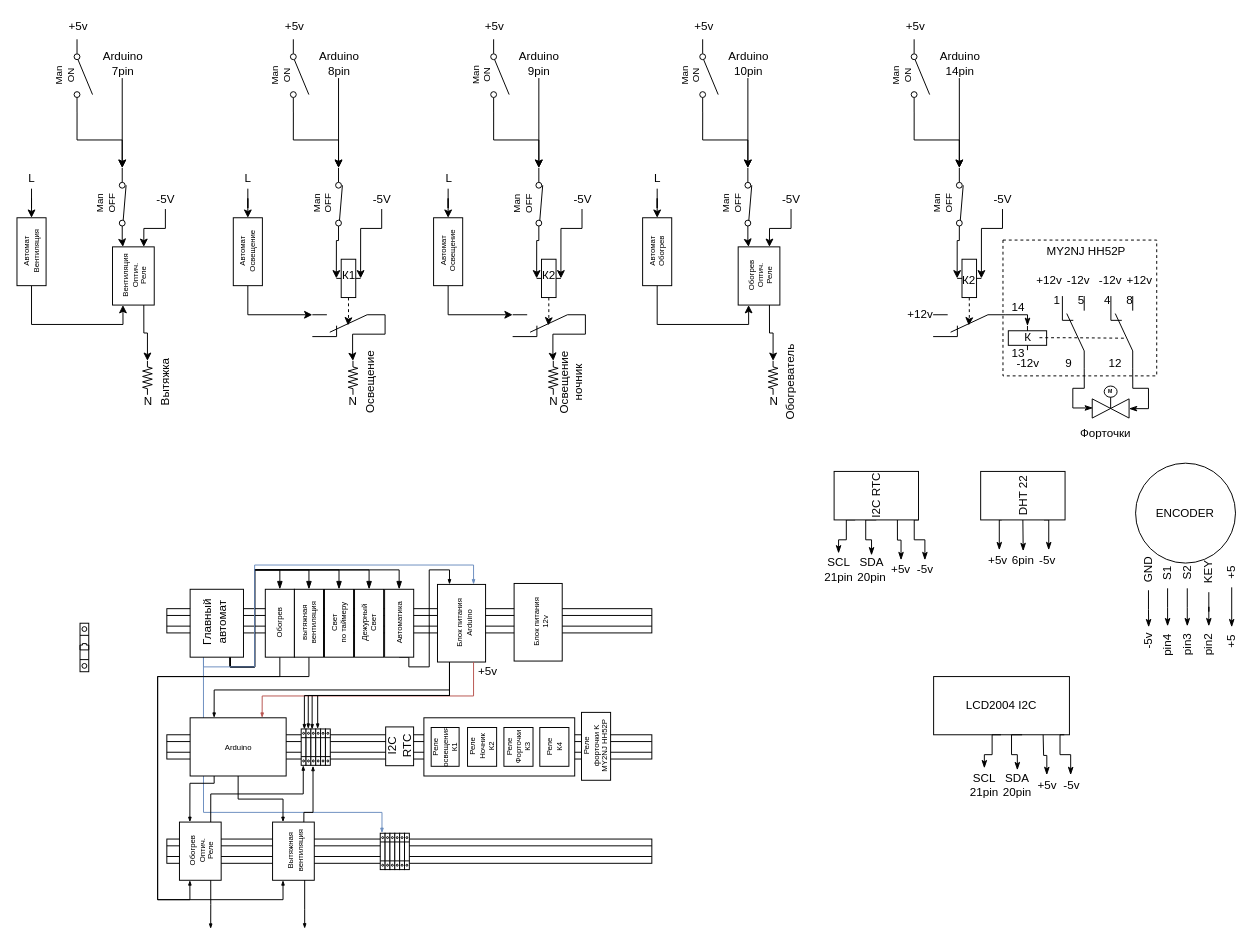
The draw.io diagram Курятник.drawio in Johnystu/draw_io, before the edit. Source tidied: cells renumbered, new cells numbered last; positions are measured from the earlier drawing's top-left corner, leaving out a move shared by most shapes. Both pictures are drawn from the tidied source at 97%, with x=0, y=0 at pixel (2, 16).
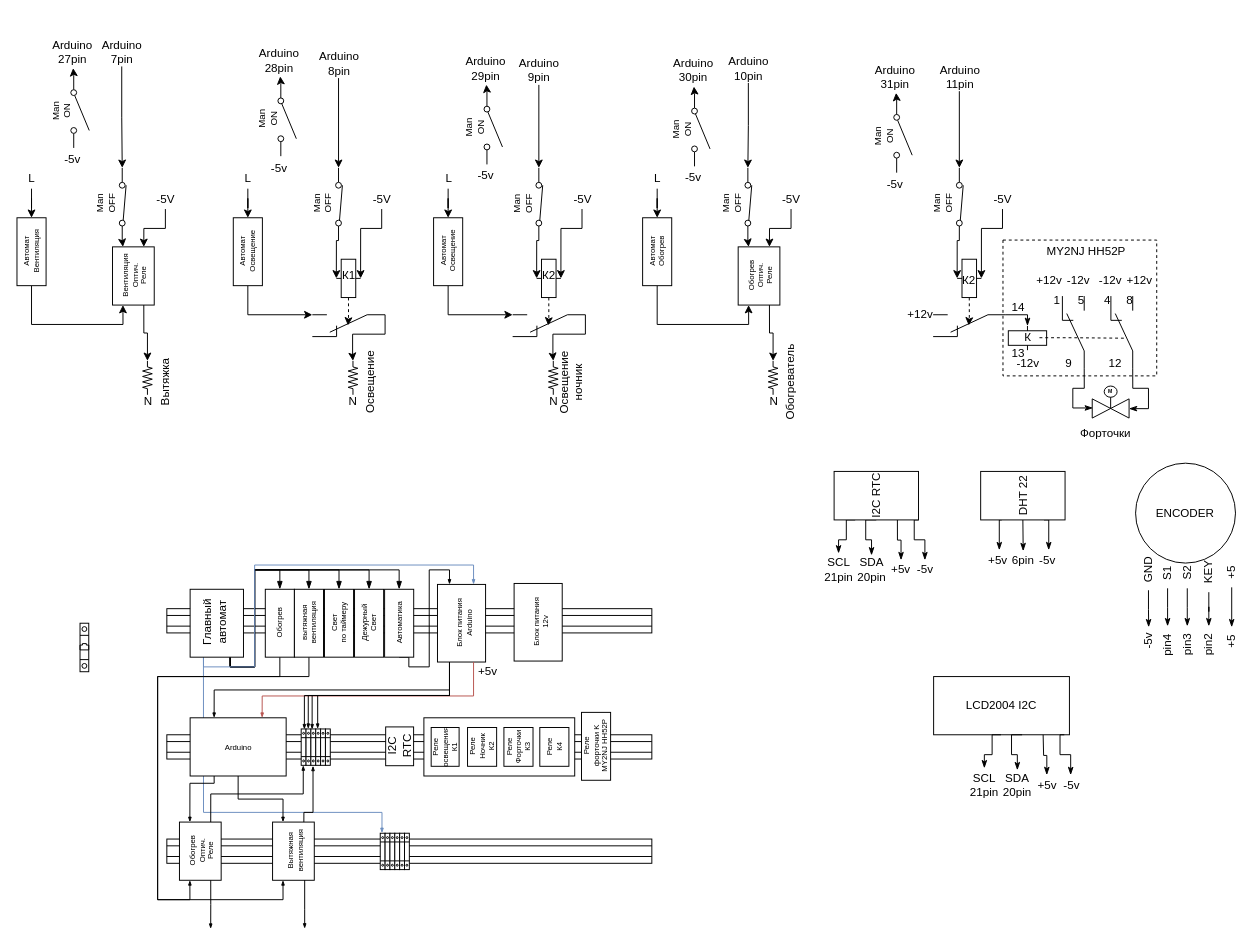
Above is the later version.

The change refers to these unchanged cells:
```xml
<mxCell id="82" style="verticalLabelPosition=bottom;shadow=0;dashed=0;align=center;html=1;verticalAlign=top;shape=mxgraph.electrical.electro-mechanical.stay_put;rotation=-90;" parent="1" vertex="1">
  <mxGeometry x="309.5" y="189.5" width="75" height="7" as="geometry" />
</mxCell>
<mxCell id="104" style="verticalLabelPosition=bottom;shadow=0;dashed=0;align=center;html=1;verticalAlign=top;shape=mxgraph.electrical.electro-mechanical.stay_put;rotation=-90;" parent="1" vertex="1">
  <mxGeometry x="731.5" y="189.5" width="75" height="7" as="geometry" />
</mxCell>
<mxCell id="127" style="verticalLabelPosition=bottom;shadow=0;dashed=0;align=center;html=1;verticalAlign=top;shape=mxgraph.electrical.electro-mechanical.stay_put;rotation=-90;" parent="1" vertex="1">
  <mxGeometry x="86.5" y="189.5" width="75" height="7" as="geometry" />
</mxCell>
<mxCell id="147" style="verticalLabelPosition=bottom;shadow=0;dashed=0;align=center;html=1;verticalAlign=top;shape=mxgraph.electrical.electro-mechanical.stay_put;rotation=-90;" parent="1" vertex="1">
  <mxGeometry x="949.5" y="189.5" width="75" height="7" as="geometry" />
</mxCell>
<mxCell id="199" style="verticalLabelPosition=bottom;shadow=0;dashed=0;align=center;html=1;verticalAlign=top;shape=mxgraph.electrical.electro-mechanical.stay_put;rotation=-90;" parent="1" vertex="1">
  <mxGeometry x="516" y="189.5" width="75" height="7" as="geometry" />
</mxCell>
```

Diff of the diagram source:
```diff
@@
-    <mxCell id="77" style="edgeStyle=orthogonalEdgeStyle;rounded=0;jettySize=auto;html=1;exitX=1;exitY=0.84;exitDx=0;exitDy=0;exitPerimeter=0;entryX=1;entryY=0.43;entryDx=0;entryDy=0;entryPerimeter=0;" parent="1" edge="1" source="78" target="82">
-      <mxGeometry relative="1" as="geometry" />
-    </mxCell>
-    <mxCell id="78" style="verticalLabelPosition=bottom;shadow=0;dashed=0;align=center;html=1;verticalAlign=top;shape=mxgraph.electrical.electro-mechanical.simple_switch;rotation=90;" parent="1" vertex="1">
-      <mxGeometry x="268.9" y="51" width="75" height="19" as="geometry" />
-    </mxCell>
-    <mxCell id="79" value="+5v" style="text;html=1;align=center;verticalAlign=middle;" parent="1" vertex="1">
-      <mxGeometry x="285.9" width="30" height="20" as="geometry" />
-    </mxCell>
-    <mxCell id="80" value="&lt;div style=&quot;font-size: 10px&quot;&gt;&lt;font style=&quot;font-size: 10px&quot;&gt;Man&lt;/font&gt;&lt;/div&gt;&lt;div style=&quot;font-size: 10px&quot;&gt;&lt;font style=&quot;font-size: 10px&quot;&gt;&lt;font style=&quot;font-size: 10px&quot;&gt;ON&lt;/font&gt;&lt;br&gt;&lt;/font&gt;&lt;/div&gt;" style="text;html=1;align=center;verticalAlign=middle;rotation=-90;" parent="1" vertex="1">
-      <mxGeometry x="266.4" y="45.5" width="40" height="30" as="geometry" />
-    </mxCell>
@@
     <mxCell id="93" value="&lt;div&gt;Arduino&lt;br&gt;&lt;/div&gt;&lt;div&gt;10pin&lt;/div&gt;" style="text;html=1;align=center;verticalAlign=middle;points=[];" parent="1" vertex="1">
-      <mxGeometry x="738.5" y="33" width="60" height="30" as="geometry" />
+      <mxGeometry x="739" y="38" width="60" height="30" as="geometry" />
     </mxCell>
@@
-    <mxCell id="99" style="edgeStyle=orthogonalEdgeStyle;rounded=0;jettySize=auto;html=1;exitX=1;exitY=0.84;exitDx=0;exitDy=0;exitPerimeter=0;entryX=1;entryY=0.43;entryDx=0;entryDy=0;entryPerimeter=0;" parent="1" edge="1" source="100" target="104">
-      <mxGeometry relative="1" as="geometry" />
-    </mxCell>
-    <mxCell id="100" style="verticalLabelPosition=bottom;shadow=0;dashed=0;align=center;html=1;verticalAlign=top;shape=mxgraph.electrical.electro-mechanical.simple_switch;rotation=90;" parent="1" vertex="1">
-      <mxGeometry x="690.9" y="51" width="75" height="19" as="geometry" />
-    </mxCell>
-    <mxCell id="101" value="+5v" style="text;html=1;align=center;verticalAlign=middle;" parent="1" vertex="1">
-      <mxGeometry x="707.9" width="30" height="20" as="geometry" />
-    </mxCell>
-    <mxCell id="102" value="&lt;div style=&quot;font-size: 10px&quot;&gt;&lt;font style=&quot;font-size: 10px&quot;&gt;Man&lt;/font&gt;&lt;/div&gt;&lt;div style=&quot;font-size: 10px&quot;&gt;&lt;font style=&quot;font-size: 10px&quot;&gt;&lt;font style=&quot;font-size: 10px&quot;&gt;ON&lt;/font&gt;&lt;br&gt;&lt;/font&gt;&lt;/div&gt;" style="text;html=1;align=center;verticalAlign=middle;rotation=-90;" parent="1" vertex="1">
-      <mxGeometry x="688.4" y="45.5" width="40" height="30" as="geometry" />
-    </mxCell>
@@
     <mxCell id="116" value="&lt;div&gt;Arduino&lt;br&gt;&lt;/div&gt;&lt;div&gt;7pin&lt;/div&gt;" style="text;html=1;align=center;verticalAlign=middle;points=[];" parent="1" vertex="1">
-      <mxGeometry x="93.5" y="33" width="60" height="30" as="geometry" />
+      <mxGeometry x="93" y="21" width="60" height="30" as="geometry" />
     </mxCell>
@@
-    <mxCell id="122" style="edgeStyle=orthogonalEdgeStyle;rounded=0;jettySize=auto;html=1;exitX=1;exitY=0.84;exitDx=0;exitDy=0;exitPerimeter=0;entryX=1;entryY=0.43;entryDx=0;entryDy=0;entryPerimeter=0;" parent="1" edge="1" source="123" target="127">
-      <mxGeometry relative="1" as="geometry" />
-    </mxCell>
+    <mxCell id="250" style="edgeStyle=orthogonalEdgeStyle;rounded=0;jettySize=auto;html=1;exitX=0;exitY=0.84;exitDx=0;exitDy=0;exitPerimeter=0;entryX=0.522;entryY=1.057;entryDx=0;entryDy=0;entryPerimeter=0;" parent="1" edge="1" source="123" target="251">
+      <mxGeometry relative="1" as="geometry" />
+    </mxCell>
     <mxCell id="123" style="verticalLabelPosition=bottom;shadow=0;dashed=0;align=center;html=1;verticalAlign=top;shape=mxgraph.electrical.electro-mechanical.simple_switch;rotation=90;" parent="1" vertex="1">
-      <mxGeometry x="45.9" y="51" width="75" height="19" as="geometry" />
+      <mxGeometry x="42.5" y="88" width="75" height="19" as="geometry" />
     </mxCell>
-    <mxCell id="124" value="+5v" style="text;html=1;align=center;verticalAlign=middle;" parent="1" vertex="1">
-      <mxGeometry x="62.9" width="30" height="20" as="geometry" />
+    <mxCell id="124" value="-5v" style="text;html=1;align=center;verticalAlign=middle;" parent="1" vertex="1">
+      <mxGeometry x="56.6" y="137" width="30" height="20" as="geometry" />
     </mxCell>
     <mxCell id="125" value="&lt;div style=&quot;font-size: 10px&quot;&gt;&lt;font style=&quot;font-size: 10px&quot;&gt;Man&lt;/font&gt;&lt;/div&gt;&lt;div style=&quot;font-size: 10px&quot;&gt;&lt;font style=&quot;font-size: 10px&quot;&gt;&lt;font style=&quot;font-size: 10px&quot;&gt;ON&lt;/font&gt;&lt;br&gt;&lt;/font&gt;&lt;/div&gt;" style="text;html=1;align=center;verticalAlign=middle;rotation=-90;" parent="1" vertex="1">
-      <mxGeometry x="43.4" y="45.5" width="40" height="30" as="geometry" />
+      <mxGeometry x="40" y="82.5" width="40" height="30" as="geometry" />
     </mxCell>
@@
-    <mxCell id="139" value="&lt;div&gt;Arduino&lt;br&gt;&lt;/div&gt;&lt;div&gt;14pin&lt;/div&gt;" style="text;html=1;align=center;verticalAlign=middle;points=[];" parent="1" vertex="1">
-      <mxGeometry x="956.5" y="33" width="60" height="30" as="geometry" />
+    <mxCell id="139" value="&lt;div&gt;Arduino&lt;br&gt;&lt;/div&gt;&lt;div&gt;11pin&lt;/div&gt;" style="text;html=1;align=center;verticalAlign=middle;points=[];" parent="1" vertex="1">
+      <mxGeometry x="956.5" y="46.5" width="60" height="30" as="geometry" />
     </mxCell>
@@
-    <mxCell id="142" style="edgeStyle=orthogonalEdgeStyle;rounded=0;jettySize=auto;html=1;exitX=1;exitY=0.84;exitDx=0;exitDy=0;exitPerimeter=0;entryX=1;entryY=0.43;entryDx=0;entryDy=0;entryPerimeter=0;" parent="1" edge="1" source="143" target="147">
-      <mxGeometry relative="1" as="geometry" />
-    </mxCell>
-    <mxCell id="143" style="verticalLabelPosition=bottom;shadow=0;dashed=0;align=center;html=1;verticalAlign=top;shape=mxgraph.electrical.electro-mechanical.simple_switch;rotation=90;" parent="1" vertex="1">
-      <mxGeometry x="908.9" y="51" width="75" height="19" as="geometry" />
-    </mxCell>
-    <mxCell id="144" value="+5v" style="text;html=1;align=center;verticalAlign=middle;" parent="1" vertex="1">
-      <mxGeometry x="925.9" width="30" height="20" as="geometry" />
-    </mxCell>
-    <mxCell id="145" value="&lt;div style=&quot;font-size: 10px&quot;&gt;&lt;font style=&quot;font-size: 10px&quot;&gt;Man&lt;/font&gt;&lt;/div&gt;&lt;div style=&quot;font-size: 10px&quot;&gt;&lt;font style=&quot;font-size: 10px&quot;&gt;&lt;font style=&quot;font-size: 10px&quot;&gt;ON&lt;/font&gt;&lt;br&gt;&lt;/font&gt;&lt;/div&gt;" style="text;html=1;align=center;verticalAlign=middle;rotation=-90;" parent="1" vertex="1">
-      <mxGeometry x="906.4" y="45.5" width="40" height="30" as="geometry" />
-    </mxCell>
@@
     <mxCell id="189" value="&lt;div&gt;Arduino&lt;br&gt;&lt;/div&gt;&lt;div&gt;9pin&lt;/div&gt;" style="text;html=1;align=center;verticalAlign=middle;points=[];" parent="1" vertex="1">
-      <mxGeometry x="523" y="33" width="60" height="30" as="geometry" />
+      <mxGeometry x="523" y="40" width="60" height="30" as="geometry" />
     </mxCell>
@@
-    <mxCell id="194" style="edgeStyle=orthogonalEdgeStyle;rounded=0;jettySize=auto;html=1;exitX=1;exitY=0.84;exitDx=0;exitDy=0;exitPerimeter=0;entryX=1;entryY=0.43;entryDx=0;entryDy=0;entryPerimeter=0;" parent="1" edge="1" source="195" target="199">
-      <mxGeometry relative="1" as="geometry" />
-    </mxCell>
-    <mxCell id="195" style="verticalLabelPosition=bottom;shadow=0;dashed=0;align=center;html=1;verticalAlign=top;shape=mxgraph.electrical.electro-mechanical.simple_switch;rotation=90;" parent="1" vertex="1">
-      <mxGeometry x="475.4" y="51" width="75" height="19" as="geometry" />
-    </mxCell>
-    <mxCell id="196" value="+5v" style="text;html=1;align=center;verticalAlign=middle;" parent="1" vertex="1">
-      <mxGeometry x="492.4" width="30" height="20" as="geometry" />
-    </mxCell>
-    <mxCell id="197" value="&lt;div style=&quot;font-size: 10px&quot;&gt;&lt;font style=&quot;font-size: 10px&quot;&gt;Man&lt;/font&gt;&lt;/div&gt;&lt;div style=&quot;font-size: 10px&quot;&gt;&lt;font style=&quot;font-size: 10px&quot;&gt;&lt;font style=&quot;font-size: 10px&quot;&gt;ON&lt;/font&gt;&lt;br&gt;&lt;/font&gt;&lt;/div&gt;" style="text;html=1;align=center;verticalAlign=middle;rotation=-90;" parent="1" vertex="1">
-      <mxGeometry x="472.9" y="45.5" width="40" height="30" as="geometry" />
-    </mxCell>
@@
+    <mxCell id="251" value="&lt;div&gt;Arduino&lt;br&gt;&lt;/div&gt;&lt;div&gt;27pin&lt;/div&gt;" style="text;html=1;align=center;verticalAlign=middle;points=[];" parent="1" vertex="1">
+      <mxGeometry x="41.6" y="21" width="60" height="30" as="geometry" />
+    </mxCell>
+    <mxCell id="252" style="edgeStyle=orthogonalEdgeStyle;rounded=0;jettySize=auto;html=1;exitX=0;exitY=0.84;exitDx=0;exitDy=0;exitPerimeter=0;entryX=0.522;entryY=1.057;entryDx=0;entryDy=0;entryPerimeter=0;" parent="1" edge="1" source="253" target="256">
+      <mxGeometry relative="1" as="geometry" />
+    </mxCell>
+    <mxCell id="253" style="verticalLabelPosition=bottom;shadow=0;dashed=0;align=center;html=1;verticalAlign=top;shape=mxgraph.electrical.electro-mechanical.simple_switch;rotation=90;" parent="1" vertex="1">
+      <mxGeometry x="256" y="96.5" width="75" height="19" as="geometry" />
+    </mxCell>
+    <mxCell id="254" value="-5v" style="text;html=1;align=center;verticalAlign=middle;" parent="1" vertex="1">
+      <mxGeometry x="270.1" y="145.5" width="30" height="20" as="geometry" />
+    </mxCell>
+    <mxCell id="255" value="&lt;div style=&quot;font-size: 10px&quot;&gt;&lt;font style=&quot;font-size: 10px&quot;&gt;Man&lt;/font&gt;&lt;/div&gt;&lt;div style=&quot;font-size: 10px&quot;&gt;&lt;font style=&quot;font-size: 10px&quot;&gt;&lt;font style=&quot;font-size: 10px&quot;&gt;ON&lt;/font&gt;&lt;br&gt;&lt;/font&gt;&lt;/div&gt;" style="text;html=1;align=center;verticalAlign=middle;rotation=-90;" parent="1" vertex="1">
+      <mxGeometry x="253.5" y="91" width="40" height="30" as="geometry" />
+    </mxCell>
+    <mxCell id="256" value="&lt;div&gt;Arduino&lt;br&gt;&lt;/div&gt;&lt;div&gt;28pin&lt;/div&gt;" style="text;html=1;align=center;verticalAlign=middle;points=[];" parent="1" vertex="1">
+      <mxGeometry x="255.1" y="29.5" width="60" height="30" as="geometry" />
+    </mxCell>
+    <mxCell id="257" style="edgeStyle=orthogonalEdgeStyle;rounded=0;jettySize=auto;html=1;exitX=0;exitY=0.84;exitDx=0;exitDy=0;exitPerimeter=0;entryX=0.522;entryY=1.057;entryDx=0;entryDy=0;entryPerimeter=0;" parent="1" edge="1" source="258" target="261">
+      <mxGeometry relative="1" as="geometry" />
+    </mxCell>
+    <mxCell id="258" style="verticalLabelPosition=bottom;shadow=0;dashed=0;align=center;html=1;verticalAlign=top;shape=mxgraph.electrical.electro-mechanical.simple_switch;rotation=90;" parent="1" vertex="1">
+      <mxGeometry x="468.5" y="105" width="75" height="19" as="geometry" />
+    </mxCell>
+    <mxCell id="259" value="-5v" style="text;html=1;align=center;verticalAlign=middle;" parent="1" vertex="1">
+      <mxGeometry x="482.6" y="154" width="30" height="20" as="geometry" />
+    </mxCell>
+    <mxCell id="260" value="&lt;div style=&quot;font-size: 10px&quot;&gt;&lt;font style=&quot;font-size: 10px&quot;&gt;Man&lt;/font&gt;&lt;/div&gt;&lt;div style=&quot;font-size: 10px&quot;&gt;&lt;font style=&quot;font-size: 10px&quot;&gt;&lt;font style=&quot;font-size: 10px&quot;&gt;ON&lt;/font&gt;&lt;br&gt;&lt;/font&gt;&lt;/div&gt;" style="text;html=1;align=center;verticalAlign=middle;rotation=-90;" parent="1" vertex="1">
+      <mxGeometry x="466" y="99.5" width="40" height="30" as="geometry" />
+    </mxCell>
+    <mxCell id="261" value="&lt;div&gt;Arduino&lt;br&gt;&lt;/div&gt;&lt;div&gt;29pin&lt;/div&gt;" style="text;html=1;align=center;verticalAlign=middle;points=[];" parent="1" vertex="1">
+      <mxGeometry x="467.6" y="38" width="60" height="30" as="geometry" />
+    </mxCell>
+    <mxCell id="262" style="edgeStyle=orthogonalEdgeStyle;rounded=0;jettySize=auto;html=1;exitX=0;exitY=0.84;exitDx=0;exitDy=0;exitPerimeter=0;entryX=0.522;entryY=1.057;entryDx=0;entryDy=0;entryPerimeter=0;" parent="1" edge="1" source="263" target="266">
+      <mxGeometry relative="1" as="geometry" />
+    </mxCell>
+    <mxCell id="263" style="verticalLabelPosition=bottom;shadow=0;dashed=0;align=center;html=1;verticalAlign=top;shape=mxgraph.electrical.electro-mechanical.simple_switch;rotation=90;" parent="1" vertex="1">
+      <mxGeometry x="682.5" y="107" width="75" height="19" as="geometry" />
+    </mxCell>
+    <mxCell id="264" value="-5v" style="text;html=1;align=center;verticalAlign=middle;" parent="1" vertex="1">
+      <mxGeometry x="696.6" y="156" width="30" height="20" as="geometry" />
+    </mxCell>
+    <mxCell id="265" value="&lt;div style=&quot;font-size: 10px&quot;&gt;&lt;font style=&quot;font-size: 10px&quot;&gt;Man&lt;/font&gt;&lt;/div&gt;&lt;div style=&quot;font-size: 10px&quot;&gt;&lt;font style=&quot;font-size: 10px&quot;&gt;&lt;font style=&quot;font-size: 10px&quot;&gt;ON&lt;/font&gt;&lt;br&gt;&lt;/font&gt;&lt;/div&gt;" style="text;html=1;align=center;verticalAlign=middle;rotation=-90;" parent="1" vertex="1">
+      <mxGeometry x="680" y="101.5" width="40" height="30" as="geometry" />
+    </mxCell>
+    <mxCell id="266" value="&lt;div&gt;Arduino&lt;br&gt;&lt;/div&gt;&lt;div&gt;30pin&lt;/div&gt;" style="text;html=1;align=center;verticalAlign=middle;points=[];" parent="1" vertex="1">
+      <mxGeometry x="681.6" y="40" width="60" height="30" as="geometry" />
+    </mxCell>
+    <mxCell id="267" style="edgeStyle=orthogonalEdgeStyle;rounded=0;jettySize=auto;html=1;exitX=0;exitY=0.84;exitDx=0;exitDy=0;exitPerimeter=0;entryX=0.522;entryY=1.057;entryDx=0;entryDy=0;entryPerimeter=0;" parent="1" edge="1" source="268" target="271">
+      <mxGeometry relative="1" as="geometry" />
+    </mxCell>
+    <mxCell id="268" style="verticalLabelPosition=bottom;shadow=0;dashed=0;align=center;html=1;verticalAlign=top;shape=mxgraph.electrical.electro-mechanical.simple_switch;rotation=90;" parent="1" vertex="1">
+      <mxGeometry x="890.9" y="113.5" width="75" height="19" as="geometry" />
+    </mxCell>
+    <mxCell id="269" value="-5v" style="text;html=1;align=center;verticalAlign=middle;" parent="1" vertex="1">
+      <mxGeometry x="905" y="162.5" width="30" height="20" as="geometry" />
+    </mxCell>
+    <mxCell id="270" value="&lt;div style=&quot;font-size: 10px&quot;&gt;&lt;font style=&quot;font-size: 10px&quot;&gt;Man&lt;/font&gt;&lt;/div&gt;&lt;div style=&quot;font-size: 10px&quot;&gt;&lt;font style=&quot;font-size: 10px&quot;&gt;&lt;font style=&quot;font-size: 10px&quot;&gt;ON&lt;/font&gt;&lt;br&gt;&lt;/font&gt;&lt;/div&gt;" style="text;html=1;align=center;verticalAlign=middle;rotation=-90;" parent="1" vertex="1">
+      <mxGeometry x="888.4" y="108" width="40" height="30" as="geometry" />
+    </mxCell>
+    <mxCell id="271" value="&lt;div&gt;Arduino&lt;br&gt;&lt;/div&gt;&lt;div&gt;31pin&lt;/div&gt;" style="text;html=1;align=center;verticalAlign=middle;points=[];" parent="1" vertex="1">
+      <mxGeometry x="890" y="46.5" width="60" height="30" as="geometry" />
+    </mxCell>
```
